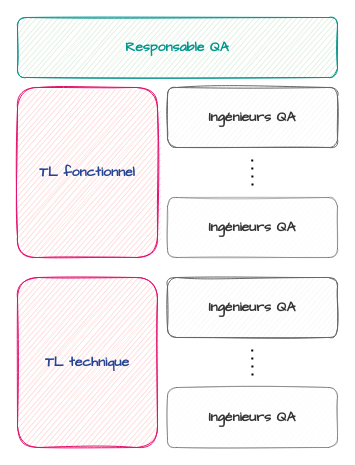
This is images/sec3/organigrammeqa.drawio from h3t1/pfe-iddl, a draw.io file, before an edit. Source tidied: cells renumbered, new cells numbered last; positions are measured from the earlier drawing's top-left corner, leaving out a move shared by most shapes. Both pictures are drawn from the tidied source at 100%, with x=0, y=0 at pixel (17, 17).
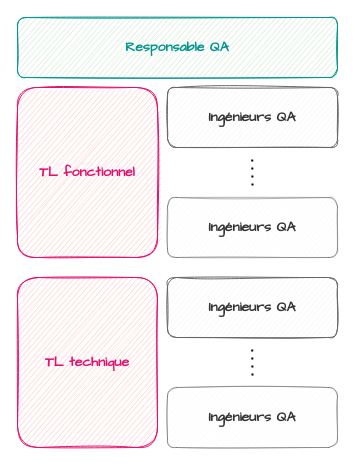
The same page after the edit.

Change to the diagram source:
```diff
@@
 <mxGraphModel>
   <root>
     <mxCell id="0" />
     <mxCell id="1" parent="0" />
     <mxCell id="2" value="&lt;font style=&quot;font-size: 14px&quot;&gt;Ingénieurs QA&lt;/font&gt;" style="rounded=1;whiteSpace=wrap;html=1;fontFamily=Comic Sans MS;verticalAlign=middle;fontSize=14;fillColor=#f5f5f5;strokeColor=#666666;fontColor=#333333;sketch=1;fontStyle=1;perimeterSpacing=0;shadow=0;glass=0;" parent="1" vertex="1">
       <mxGeometry x="150" y="70" width="170" height="60" as="geometry" />
     </mxCell>
     <mxCell id="3" value="&lt;font style=&quot;font-size: 14px&quot;&gt;Ingénieurs QA&lt;/font&gt;" style="rounded=1;whiteSpace=wrap;html=1;fontFamily=Comic Sans MS;verticalAlign=middle;fontSize=14;fillColor=#f5f5f5;strokeColor=#666666;fontColor=#333333;sketch=1;opacity=50;fontStyle=1;" parent="1" vertex="1">
       <mxGeometry x="150" y="180" width="170" height="60" as="geometry" />
     </mxCell>
     <mxCell id="4" style="endArrow=none;dashed=1;html=1;dashPattern=1 3;strokeWidth=2;fontFamily=Comic Sans MS;fontSize=14;fontColor=#FF6666;sourcePerimeterSpacing=22;targetPerimeterSpacing=17;" parent="1" edge="1">
       <mxGeometry relative="1" as="geometry">
         <mxPoint x="235" y="168" as="sourcePoint" />
         <mxPoint x="234.7" y="140" as="targetPoint" />
       </mxGeometry>
     </mxCell>
     <mxCell id="5" value="&lt;font&gt;Responsable QA&lt;/font&gt;" style="rounded=1;whiteSpace=wrap;html=1;fontFamily=Comic Sans MS;verticalAlign=middle;fontSize=14;fillColor=#d5e8d4;strokeColor=#02958D;sketch=1;fontStyle=1;perimeterSpacing=0;shadow=0;glass=0;fontColor=#02958D;" parent="1" vertex="1">
       <mxGeometry width="320" height="60" as="geometry" />
     </mxCell>
     <mxCell id="6" value="&lt;font style=&quot;font-size: 14px&quot;&gt;Ingénieurs QA&lt;/font&gt;" style="rounded=1;whiteSpace=wrap;html=1;fontFamily=Comic Sans MS;verticalAlign=middle;fontSize=14;fillColor=#f5f5f5;strokeColor=#666666;fontColor=#333333;sketch=1;fontStyle=1;perimeterSpacing=0;shadow=0;glass=0;" parent="1" vertex="1">
       <mxGeometry x="150" y="260" width="170" height="60" as="geometry" />
     </mxCell>
     <mxCell id="7" value="&lt;font style=&quot;font-size: 14px&quot;&gt;Ingénieurs QA&lt;/font&gt;" style="rounded=1;whiteSpace=wrap;html=1;fontFamily=Comic Sans MS;verticalAlign=middle;fontSize=14;fillColor=#f5f5f5;strokeColor=#666666;fontColor=#333333;sketch=1;opacity=50;fontStyle=1;" parent="1" vertex="1">
       <mxGeometry x="150" y="370" width="170" height="60" as="geometry" />
     </mxCell>
     <mxCell id="8" style="endArrow=none;dashed=1;html=1;dashPattern=1 3;strokeWidth=2;fontFamily=Comic Sans MS;fontSize=14;fontColor=#FF6666;sourcePerimeterSpacing=22;targetPerimeterSpacing=17;" parent="1" edge="1">
       <mxGeometry relative="1" as="geometry">
         <mxPoint x="235" y="358" as="sourcePoint" />
         <mxPoint x="234.7" y="330" as="targetPoint" />
       </mxGeometry>
     </mxCell>
-    <mxCell id="9" value="&lt;span style=&quot;color: rgb(37 , 68 , 147)&quot;&gt;TL fonctionnel&lt;/span&gt;" style="rounded=1;whiteSpace=wrap;html=1;fontFamily=Comic Sans MS;verticalAlign=middle;fontSize=14;fillColor=#FFCCCC;strokeColor=#E3106E;fontColor=#E3106E;sketch=1;fontStyle=1;glass=0;fillStyle=hachure;" parent="1" vertex="1">
+    <mxCell id="9" value="&lt;span style=&quot;&quot;&gt;TL fonctionnel&lt;/span&gt;" style="rounded=1;whiteSpace=wrap;html=1;fontFamily=Comic Sans MS;verticalAlign=middle;fontSize=14;fillColor=#FFCCCC;strokeColor=#E3106E;fontColor=#E3106E;sketch=1;fontStyle=1;glass=0;fillStyle=hachure;" parent="1" vertex="1">
       <mxGeometry y="70" width="140" height="170" as="geometry" />
     </mxCell>
-    <mxCell id="10" value="&lt;span style=&quot;color: rgb(37 , 68 , 147)&quot;&gt;TL technique&lt;/span&gt;" style="rounded=1;whiteSpace=wrap;html=1;fontFamily=Comic Sans MS;verticalAlign=middle;fontSize=14;fillColor=#FFCCCC;strokeColor=#E3106E;fontColor=#E3106E;sketch=1;fontStyle=1;glass=0;fillStyle=hachure;" parent="1" vertex="1">
+    <mxCell id="10" value="&lt;span style=&quot;&quot;&gt;TL technique&lt;/span&gt;" style="rounded=1;whiteSpace=wrap;html=1;fontFamily=Comic Sans MS;verticalAlign=middle;fontSize=14;fillColor=#FFCCCC;strokeColor=#E3106E;fontColor=#E3106E;sketch=1;fontStyle=1;glass=0;fillStyle=hachure;" parent="1" vertex="1">
       <mxGeometry y="260" width="140" height="170" as="geometry" />
     </mxCell>
   </root>
 </mxGraphModel>
```
